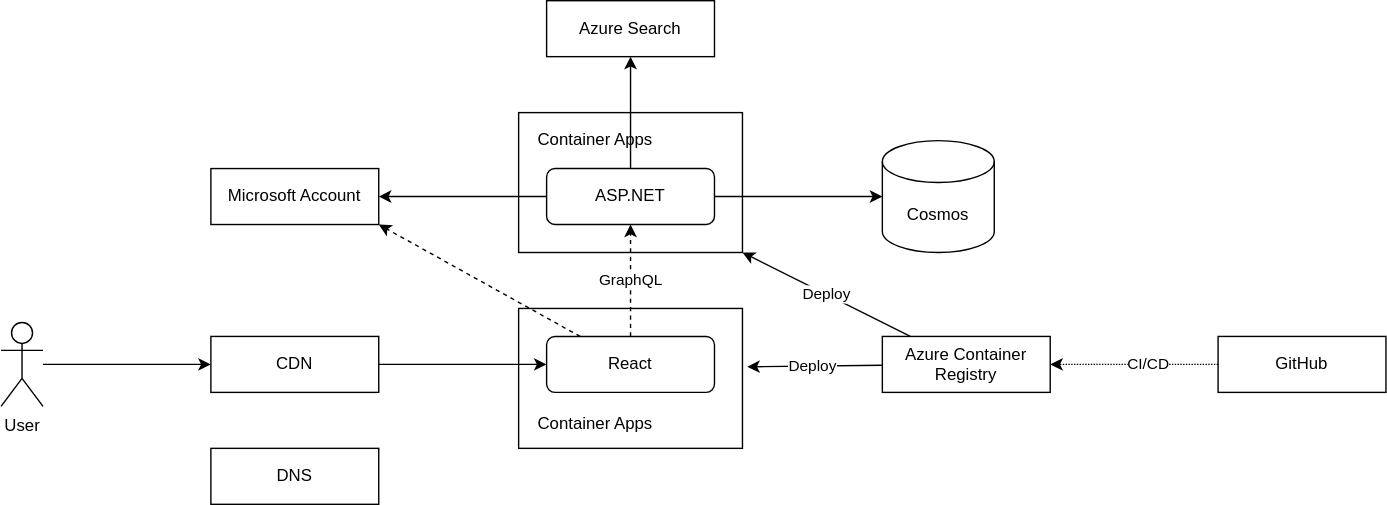
This is Docs/Components.drawio.svg from nguyenquyhy/Hy-Academy, a draw.io export, as it was before one commit. Source tidied: cells renumbered, new cells last; positions are measured from the earlier drawing's top-left corner, leaving out a move shared by most shapes. Source of this version:
```xml
<mxGraphModel>
  <root>
    <mxCell id="0" />
    <mxCell id="1" parent="0" />
    <mxCell id="2" style="rounded=0;whiteSpace=wrap;html=1;" parent="1" vertex="1">
      <mxGeometry x="370" y="220" width="160" height="100" as="geometry" />
    </mxCell>
    <mxCell id="3" style="rounded=0;whiteSpace=wrap;html=1;" parent="1" vertex="1">
      <mxGeometry x="370" y="80" width="160" height="100" as="geometry" />
    </mxCell>
    <mxCell id="4" style="edgeStyle=none;html=1;entryX=0.5;entryY=1;entryDx=0;entryDy=0;dashed=1;" parent="1" edge="1" source="7" target="10">
      <mxGeometry relative="1" as="geometry" />
    </mxCell>
    <mxCell id="5" value="GraphQL" style="edgeLabel;html=1;align=center;verticalAlign=middle;" parent="4" vertex="1">
      <mxGeometry x="-0.3" relative="1" as="geometry">
        <mxPoint y="-12" as="offset" />
      </mxGeometry>
    </mxCell>
    <mxCell id="6" style="edgeStyle=none;html=1;entryX=1;entryY=1;entryDx=0;entryDy=0;dashed=1;" parent="1" edge="1" source="7" target="12">
      <mxGeometry relative="1" as="geometry" />
    </mxCell>
    <mxCell id="7" value="React" style="rounded=1;whiteSpace=wrap;html=1;" parent="1" vertex="1">
      <mxGeometry x="390" y="240" width="120" height="40" as="geometry" />
    </mxCell>
    <mxCell id="8" style="edgeStyle=none;html=1;entryX=1;entryY=0.5;entryDx=0;entryDy=0;" parent="1" edge="1" source="10" target="12">
      <mxGeometry relative="1" as="geometry" />
    </mxCell>
    <mxCell id="9" style="edgeStyle=none;html=1;" parent="1" edge="1" source="10" target="11">
      <mxGeometry relative="1" as="geometry" />
    </mxCell>
    <mxCell id="10" value="ASP.NET" style="rounded=1;whiteSpace=wrap;html=1;" parent="1" vertex="1">
      <mxGeometry x="390" y="120" width="120" height="40" as="geometry" />
    </mxCell>
    <mxCell id="11" value="Cosmos" style="shape=cylinder3;whiteSpace=wrap;html=1;boundedLbl=1;backgroundOutline=1;size=15;" parent="1" vertex="1">
      <mxGeometry x="630" y="100" width="80" height="80" as="geometry" />
    </mxCell>
    <mxCell id="12" value="Microsoft Account" style="rounded=0;whiteSpace=wrap;html=1;" parent="1" vertex="1">
      <mxGeometry x="150" y="120" width="120" height="40" as="geometry" />
    </mxCell>
    <mxCell id="13" style="edgeStyle=none;html=1;dashed=1;dashPattern=1 1;entryX=1;entryY=0.5;entryDx=0;entryDy=0;" parent="1" edge="1" source="15" target="27">
      <mxGeometry relative="1" as="geometry" />
    </mxCell>
    <mxCell id="14" value="CI/CD" style="edgeLabel;html=1;align=center;verticalAlign=middle;" parent="13" vertex="1">
      <mxGeometry x="-0.26" y="-1" relative="1" as="geometry">
        <mxPoint x="-5" y="1" as="offset" />
      </mxGeometry>
    </mxCell>
    <mxCell id="15" value="GitHub" style="rounded=0;whiteSpace=wrap;html=1;" parent="1" vertex="1">
      <mxGeometry x="870" y="240" width="120" height="40" as="geometry" />
    </mxCell>
    <mxCell id="16" style="edgeStyle=none;html=1;entryX=0;entryY=0.5;entryDx=0;entryDy=0;" parent="1" edge="1" source="17" target="7">
      <mxGeometry relative="1" as="geometry" />
    </mxCell>
    <mxCell id="17" value="CDN" style="rounded=0;whiteSpace=wrap;html=1;" parent="1" vertex="1">
      <mxGeometry x="150" y="240" width="120" height="40" as="geometry" />
    </mxCell>
    <mxCell id="18" style="edgeStyle=none;html=1;entryX=0;entryY=0.5;entryDx=0;entryDy=0;" parent="1" edge="1" source="19" target="17">
      <mxGeometry relative="1" as="geometry" />
    </mxCell>
    <mxCell id="19" value="User" style="shape=umlActor;verticalLabelPosition=bottom;verticalAlign=top;html=1;outlineConnect=0;" parent="1" vertex="1">
      <mxGeometry y="230" width="30" height="60" as="geometry" />
    </mxCell>
    <mxCell id="20" value="Container Apps" style="text;html=1;strokeColor=none;fillColor=none;align=center;verticalAlign=middle;whiteSpace=wrap;rounded=0;" parent="1" vertex="1">
      <mxGeometry x="380" y="293" width="90" height="20" as="geometry" />
    </mxCell>
    <mxCell id="21" value="Azure Search" style="rounded=0;whiteSpace=wrap;html=1;" parent="1" vertex="1">
      <mxGeometry x="390" width="120" height="40" as="geometry" />
    </mxCell>
    <mxCell id="22" style="endArrow=classic;html=1;exitX=0.5;exitY=0;exitDx=0;exitDy=0;entryX=0.5;entryY=1;entryDx=0;entryDy=0;jumpStyle=arc;" parent="1" edge="1" source="10" target="21">
      <mxGeometry relative="1" as="geometry" />
    </mxCell>
    <mxCell id="23" style="edgeStyle=none;html=1;entryX=1.021;entryY=0.417;entryDx=0;entryDy=0;entryPerimeter=0;" parent="1" edge="1" source="27" target="2">
      <mxGeometry relative="1" as="geometry" />
    </mxCell>
    <mxCell id="24" value="Deploy" style="edgeLabel;html=1;align=center;verticalAlign=middle;" parent="23" vertex="1">
      <mxGeometry x="0.35" y="1" relative="1" as="geometry">
        <mxPoint x="15" y="-2" as="offset" />
      </mxGeometry>
    </mxCell>
    <mxCell id="25" style="edgeStyle=none;html=1;entryX=1;entryY=1;entryDx=0;entryDy=0;" parent="1" edge="1" source="27" target="3">
      <mxGeometry relative="1" as="geometry" />
    </mxCell>
    <mxCell id="26" value="Deploy" style="edgeLabel;html=1;align=center;verticalAlign=middle;" parent="25" vertex="1">
      <mxGeometry x="0.27" y="-2" relative="1" as="geometry">
        <mxPoint x="15" y="10" as="offset" />
      </mxGeometry>
    </mxCell>
    <mxCell id="27" value="Azure Container Registry" style="rounded=0;whiteSpace=wrap;html=1;" parent="1" vertex="1">
      <mxGeometry x="630" y="240" width="120" height="40" as="geometry" />
    </mxCell>
    <mxCell id="28" value="DNS" style="rounded=0;whiteSpace=wrap;html=1;" parent="1" vertex="1">
      <mxGeometry x="150" y="320" width="120" height="40" as="geometry" />
    </mxCell>
    <mxCell id="29" value="Container Apps" style="text;html=1;strokeColor=none;fillColor=none;align=center;verticalAlign=middle;whiteSpace=wrap;rounded=0;" parent="1" vertex="1">
      <mxGeometry x="380" y="90" width="90" height="20" as="geometry" />
    </mxCell>
  </root>
</mxGraphModel>
```
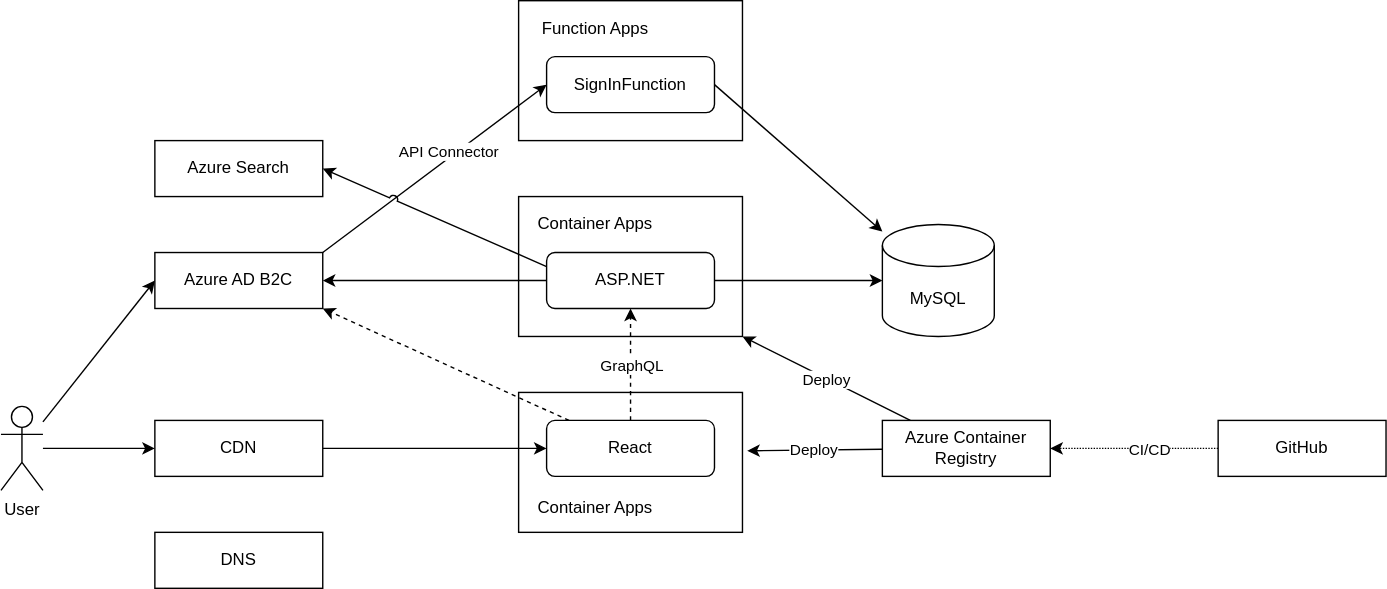
Later version of the same file.

Change to the diagram source:
```diff
@@ -2,6 +2,9 @@
   <root>
     <mxCell id="0" />
     <mxCell id="1" parent="0" />
+    <mxCell id="30" style="rounded=0;whiteSpace=wrap;html=1;align=center;verticalAlign=middle;" parent="1" vertex="1">
+      <mxGeometry x="370" y="-60" width="160" height="100" as="geometry" />
+    </mxCell>
     <mxCell id="2" style="rounded=0;whiteSpace=wrap;html=1;" parent="1" vertex="1">
       <mxGeometry x="370" y="220" width="160" height="100" as="geometry" />
     </mxCell>
@@ -31,11 +34,19 @@
     <mxCell id="10" value="ASP.NET" style="rounded=1;whiteSpace=wrap;html=1;" parent="1" vertex="1">
       <mxGeometry x="390" y="120" width="120" height="40" as="geometry" />
     </mxCell>
-    <mxCell id="11" value="Cosmos" style="shape=cylinder3;whiteSpace=wrap;html=1;boundedLbl=1;backgroundOutline=1;size=15;" parent="1" vertex="1">
+    <mxCell id="11" value="MySQL" style="shape=cylinder3;whiteSpace=wrap;html=1;boundedLbl=1;backgroundOutline=1;size=15;" parent="1" vertex="1">
       <mxGeometry x="630" y="100" width="80" height="80" as="geometry" />
     </mxCell>
+    <mxCell id="31" style="edgeStyle=none;html=1;entryX=0;entryY=0.5;entryDx=0;entryDy=0;exitX=1;exitY=0;exitDx=0;exitDy=0;" parent="1" edge="1" source="12" target="35">
+      <mxGeometry relative="1" as="geometry" />
+    </mxCell>
+    <mxCell id="32" value="API Connector" style="edgeLabel;html=1;align=center;verticalAlign=middle;" parent="31" vertex="1">
+      <mxGeometry x="0.24" y="3" relative="1" as="geometry">
+        <mxPoint x="-8" y="4" as="offset" />
+      </mxGeometry>
+    </mxCell>
-    <mxCell id="12" value="Microsoft Account" style="rounded=0;whiteSpace=wrap;html=1;" parent="1" vertex="1">
-      <mxGeometry x="150" y="120" width="120" height="40" as="geometry" />
+    <mxCell id="12" value="Azure AD B2C" style="rounded=0;whiteSpace=wrap;html=1;" parent="1" vertex="1">
+      <mxGeometry x="110" y="120" width="120" height="40" as="geometry" />
     </mxCell>
     <mxCell id="13" style="edgeStyle=none;html=1;dashed=1;dashPattern=1 1;entryX=1;entryY=0.5;entryDx=0;entryDy=0;" parent="1" edge="1" source="15" target="27">
       <mxGeometry relative="1" as="geometry" />
@@ -52,11 +63,14 @@
       <mxGeometry relative="1" as="geometry" />
     </mxCell>
     <mxCell id="17" value="CDN" style="rounded=0;whiteSpace=wrap;html=1;" parent="1" vertex="1">
-      <mxGeometry x="150" y="240" width="120" height="40" as="geometry" />
+      <mxGeometry x="110" y="240" width="120" height="40" as="geometry" />
     </mxCell>
     <mxCell id="18" style="edgeStyle=none;html=1;entryX=0;entryY=0.5;entryDx=0;entryDy=0;" parent="1" edge="1" source="19" target="17">
       <mxGeometry relative="1" as="geometry" />
     </mxCell>
+    <mxCell id="33" style="edgeStyle=none;html=1;entryX=0;entryY=0.5;entryDx=0;entryDy=0;" parent="1" edge="1" source="19" target="12">
+      <mxGeometry relative="1" as="geometry" />
+    </mxCell>
     <mxCell id="19" value="User" style="shape=umlActor;verticalLabelPosition=bottom;verticalAlign=top;html=1;outlineConnect=0;" parent="1" vertex="1">
       <mxGeometry y="230" width="30" height="60" as="geometry" />
     </mxCell>
@@ -64,9 +78,9 @@
       <mxGeometry x="380" y="293" width="90" height="20" as="geometry" />
     </mxCell>
     <mxCell id="21" value="Azure Search" style="rounded=0;whiteSpace=wrap;html=1;" parent="1" vertex="1">
-      <mxGeometry x="390" width="120" height="40" as="geometry" />
+      <mxGeometry x="110" y="40" width="120" height="40" as="geometry" />
     </mxCell>
-    <mxCell id="22" style="endArrow=classic;html=1;exitX=0.5;exitY=0;exitDx=0;exitDy=0;entryX=0.5;entryY=1;entryDx=0;entryDy=0;jumpStyle=arc;" parent="1" edge="1" source="10" target="21">
+    <mxCell id="22" style="endArrow=classic;html=1;exitX=0;exitY=0.25;exitDx=0;exitDy=0;entryX=1;entryY=0.5;entryDx=0;entryDy=0;jumpStyle=arc;" parent="1" edge="1" source="10" target="21">
       <mxGeometry relative="1" as="geometry" />
     </mxCell>
     <mxCell id="23" style="edgeStyle=none;html=1;entryX=1.021;entryY=0.417;entryDx=0;entryDy=0;entryPerimeter=0;" parent="1" edge="1" source="27" target="2">
@@ -89,10 +103,19 @@
       <mxGeometry x="630" y="240" width="120" height="40" as="geometry" />
     </mxCell>
     <mxCell id="28" value="DNS" style="rounded=0;whiteSpace=wrap;html=1;" parent="1" vertex="1">
-      <mxGeometry x="150" y="320" width="120" height="40" as="geometry" />
+      <mxGeometry x="110" y="320" width="120" height="40" as="geometry" />
     </mxCell>
     <mxCell id="29" value="Container Apps" style="text;html=1;strokeColor=none;fillColor=none;align=center;verticalAlign=middle;whiteSpace=wrap;rounded=0;" parent="1" vertex="1">
       <mxGeometry x="380" y="90" width="90" height="20" as="geometry" />
     </mxCell>
+    <mxCell id="34" style="edgeStyle=none;html=1;exitX=1;exitY=0.5;exitDx=0;exitDy=0;" parent="1" edge="1" source="35" target="11">
+      <mxGeometry relative="1" as="geometry" />
+    </mxCell>
+    <mxCell id="35" value="SignInFunction" style="rounded=1;whiteSpace=wrap;html=1;" parent="1" vertex="1">
+      <mxGeometry x="390" y="-20" width="120" height="40" as="geometry" />
+    </mxCell>
+    <mxCell id="36" value="Function Apps" style="text;html=1;strokeColor=none;fillColor=none;align=center;verticalAlign=middle;whiteSpace=wrap;rounded=0;" parent="1" vertex="1">
+      <mxGeometry x="380" y="-50" width="90" height="20" as="geometry" />
+    </mxCell>
   </root>
 </mxGraphModel>
```
